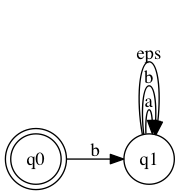
Before: complement.dot.png, a diagram exported from Graphviz (sdierauf/automata-and-languages-lab2). Its source is kept beside it as complement.dot. Source of this version:
```dot
digraph finite_state_machine {
	rankdir=LR;
	node [shape = doublecircle]; q0
	 node [shape = circle];
	q0 -> q1 [ label = "b"];
	q1 -> q1 [ label = "a"];
	q1 -> q1 [ label = "b"];
	q1 -> q1 [ label = "eps"];
}
```
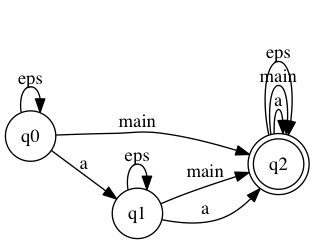
Above is the later version.

Change to the diagram source:
```diff
@@ -1,9 +1,14 @@
 digraph finite_state_machine {
 	rankdir=LR;
-	node [shape = doublecircle]; q0
+	node [shape = doublecircle]; q2
 	 node [shape = circle];
-	q0 -> q1 [ label = "b"];
-	q1 -> q1 [ label = "a"];
-	q1 -> q1 [ label = "b"];
+	q0 -> q0 [ label = "eps"];
+	q0 -> q1 [ label = "a"];
+	q0 -> q2 [ label = "main"];
+	q1 -> q2 [ label = "main"];
+	q1 -> q2 [ label = "a"];
+	q2 -> q2 [ label = "a"];
+	q2 -> q2 [ label = "main"];
+	q2 -> q2 [ label = "eps"];
 	q1 -> q1 [ label = "eps"];
 }
```
